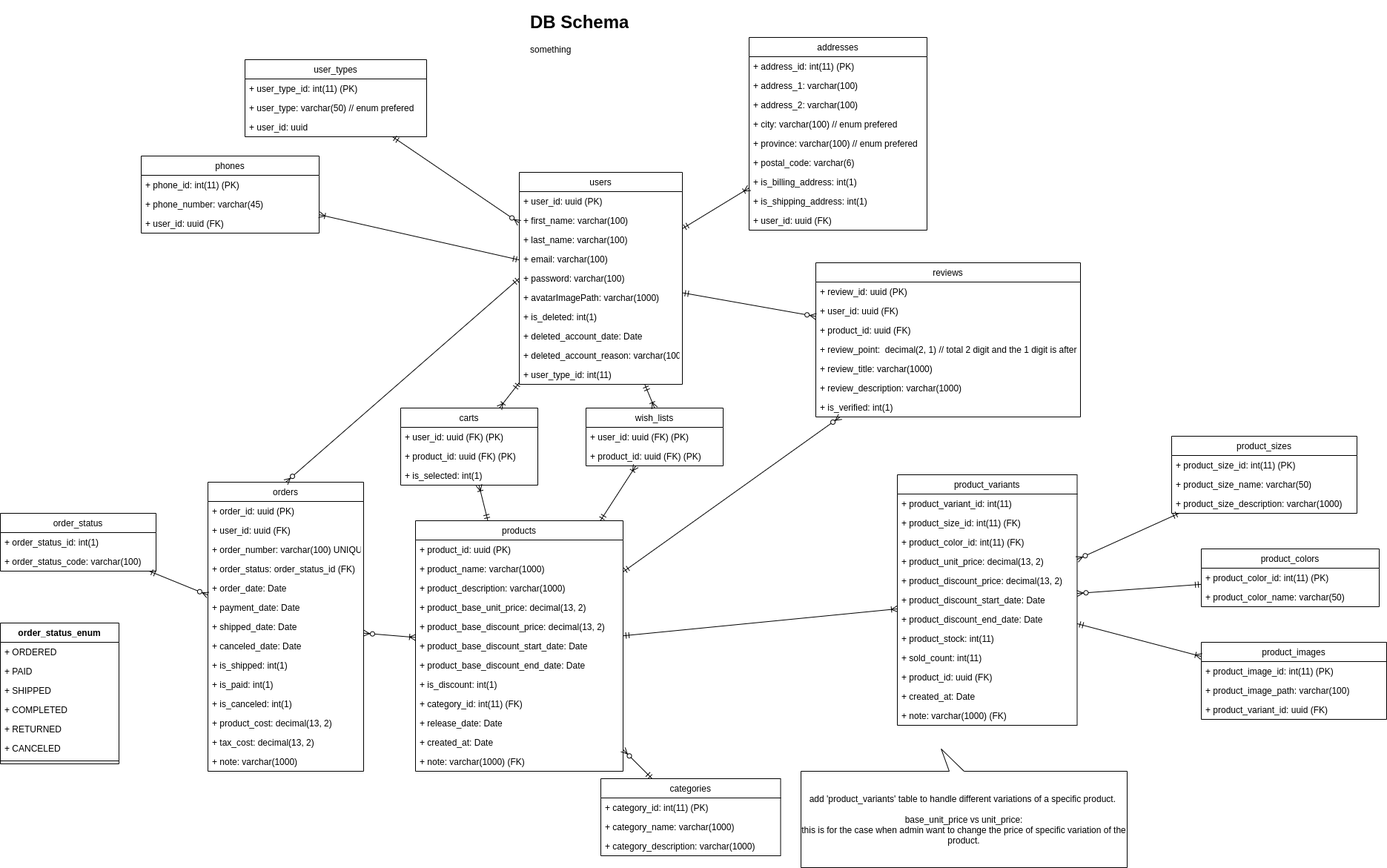
stsiwo/e-commerce-starter-kits keeps this draw.io diagram as db-design.png. Above is the earlier version. Source tidied: cells renumbered, new cells last; positions are measured from the earlier drawing's top-left corner, leaving out a move shared by most shapes.
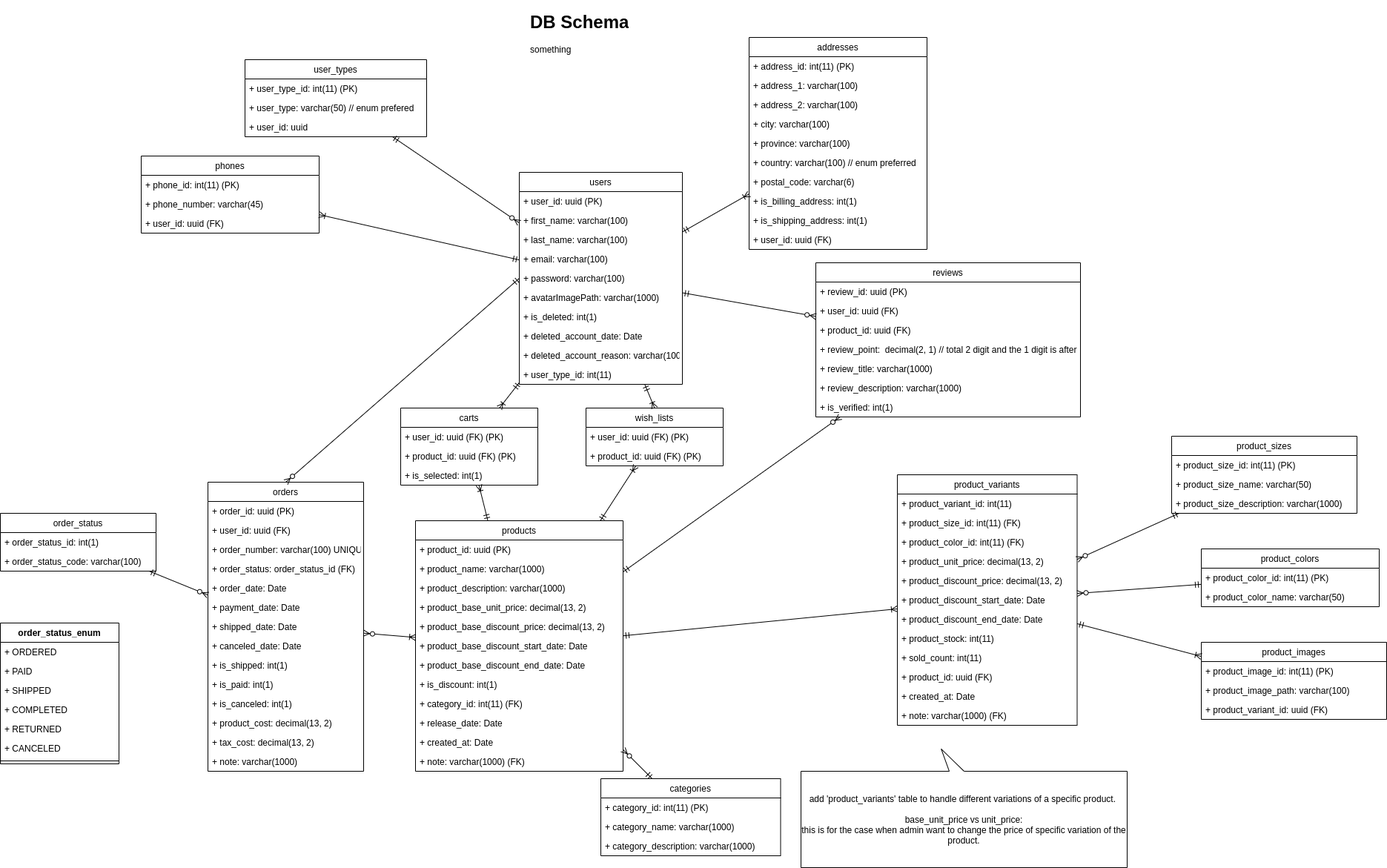
The same diagram one commit later.

The edit, as a diff of the source:
```diff
@@ -57,7 +57,7 @@
       <mxGeometry y="260" width="220" height="26" as="geometry" />
     </mxCell>
     <mxCell id="20" value="addresses" style="swimlane;fontStyle=0;horizontal=1;startSize=26;fillColor=none;" parent="1" vertex="1">
-      <mxGeometry x="1010" y="40" width="240" height="260" as="geometry" />
+      <mxGeometry x="1010" y="40" width="240" height="286" as="geometry" />
     </mxCell>
     <mxCell id="21" value="+ address_id: int(11) (PK)" style="text;strokeColor=none;fillColor=none;align=left;verticalAlign=top;spacingLeft=4;spacingRight=4;overflow=hidden;" parent="20" vertex="1">
       <mxGeometry y="26" width="240" height="26" as="geometry" />
@@ -68,23 +68,26 @@
     <mxCell id="23" value="+ address_2: varchar(100)" style="text;strokeColor=none;fillColor=none;align=left;verticalAlign=top;spacingLeft=4;spacingRight=4;overflow=hidden;" parent="20" vertex="1">
       <mxGeometry y="78" width="240" height="26" as="geometry" />
     </mxCell>
-    <mxCell id="24" value="+ city: varchar(100) // enum prefered" style="text;strokeColor=none;fillColor=none;align=left;verticalAlign=top;spacingLeft=4;spacingRight=4;overflow=hidden;" parent="20" vertex="1">
+    <mxCell id="24" value="+ city: varchar(100) " style="text;strokeColor=none;fillColor=none;align=left;verticalAlign=top;spacingLeft=4;spacingRight=4;overflow=hidden;" parent="20" vertex="1">
       <mxGeometry y="104" width="240" height="26" as="geometry" />
     </mxCell>
-    <mxCell id="25" value="+ province: varchar(100) // enum prefered" style="text;strokeColor=none;fillColor=none;align=left;verticalAlign=top;spacingLeft=4;spacingRight=4;overflow=hidden;" parent="20" vertex="1">
+    <mxCell id="25" value="+ province: varchar(100) " style="text;strokeColor=none;fillColor=none;align=left;verticalAlign=top;spacingLeft=4;spacingRight=4;overflow=hidden;" parent="20" vertex="1">
       <mxGeometry y="130" width="240" height="26" as="geometry" />
     </mxCell>
+    <mxCell id="132" value="+ country: varchar(100) // enum preferred" style="text;strokeColor=none;fillColor=none;align=left;verticalAlign=top;spacingLeft=4;spacingRight=4;overflow=hidden;" parent="20" vertex="1">
+      <mxGeometry y="156" width="240" height="26" as="geometry" />
+    </mxCell>
     <mxCell id="26" value="+ postal_code: varchar(6) " style="text;strokeColor=none;fillColor=none;align=left;verticalAlign=top;spacingLeft=4;spacingRight=4;overflow=hidden;" parent="20" vertex="1">
-      <mxGeometry y="156" width="240" height="26" as="geometry" />
+      <mxGeometry y="182" width="240" height="26" as="geometry" />
     </mxCell>
     <mxCell id="27" value="+ is_billing_address: int(1)" style="text;strokeColor=none;fillColor=none;align=left;verticalAlign=top;spacingLeft=4;spacingRight=4;overflow=hidden;" parent="20" vertex="1">
-      <mxGeometry y="182" width="240" height="26" as="geometry" />
+      <mxGeometry y="208" width="240" height="26" as="geometry" />
     </mxCell>
     <mxCell id="28" value="+ is_shipping_address: int(1)" style="text;strokeColor=none;fillColor=none;align=left;verticalAlign=top;spacingLeft=4;spacingRight=4;overflow=hidden;" parent="20" vertex="1">
-      <mxGeometry y="208" width="240" height="26" as="geometry" />
+      <mxGeometry y="234" width="240" height="26" as="geometry" />
     </mxCell>
     <mxCell id="29" value="+ user_id: uuid (FK)" style="text;strokeColor=none;fillColor=none;align=left;verticalAlign=top;spacingLeft=4;spacingRight=4;overflow=hidden;" parent="20" vertex="1">
-      <mxGeometry y="234" width="240" height="26" as="geometry" />
+      <mxGeometry y="260" width="240" height="26" as="geometry" />
     </mxCell>
     <mxCell id="30" value="phones" style="swimlane;fontStyle=0;horizontal=1;startSize=26;fillColor=none;" parent="1" vertex="1">
       <mxGeometry x="190" y="200" width="240" height="104" as="geometry" />
```
